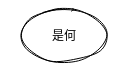
Above: 笔记/通用概念/Untitled Diagram.svg in Echo-Yanglulu/obsidianPrivateNote (draw.io), before the change. Source tidied: cells renumbered, new cells last; positions are measured from the earlier drawing's top-left corner, leaving out a move shared by most shapes. Source of this version:
```xml
<mxGraphModel>
  <root>
    <mxCell id="0" />
    <mxCell id="1" parent="0" />
    <mxCell id="2" value="是何" style="ellipse;whiteSpace=wrap;html=1;" parent="1" vertex="1">
      <mxGeometry width="90" height="50" as="geometry" />
    </mxCell>
  </root>
</mxGraphModel>
```
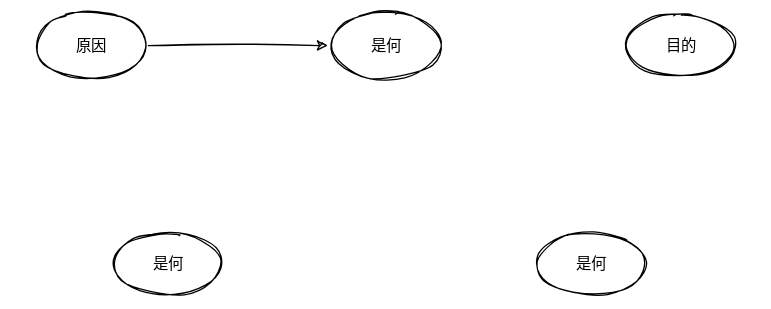
The same file after the commit.

What changed in the source:
```diff
@@ -5,5 +5,20 @@
     <mxCell id="2" value="是何" style="ellipse;whiteSpace=wrap;html=1;" parent="1" vertex="1">
       <mxGeometry width="90" height="50" as="geometry" />
     </mxCell>
+    <mxCell id="3" style="edgeStyle=none;html=1;" parent="1" edge="1" source="4" target="2">
+      <mxGeometry relative="1" as="geometry" />
+    </mxCell>
+    <mxCell id="4" value="原因" style="ellipse;whiteSpace=wrap;html=1;" parent="1" vertex="1">
+      <mxGeometry x="-230" width="90" height="50" as="geometry" />
+    </mxCell>
+    <mxCell id="5" value="目的" style="ellipse;whiteSpace=wrap;html=1;" parent="1" vertex="1">
+      <mxGeometry x="230" width="90" height="50" as="geometry" />
+    </mxCell>
+    <mxCell id="6" value="是何" style="ellipse;whiteSpace=wrap;html=1;" parent="1" vertex="1">
+      <mxGeometry x="-170" y="170" width="90" height="50" as="geometry" />
+    </mxCell>
+    <mxCell id="7" value="是何" style="ellipse;whiteSpace=wrap;html=1;" parent="1" vertex="1">
+      <mxGeometry x="160" y="170" width="90" height="50" as="geometry" />
+    </mxCell>
   </root>
 </mxGraphModel>
```
